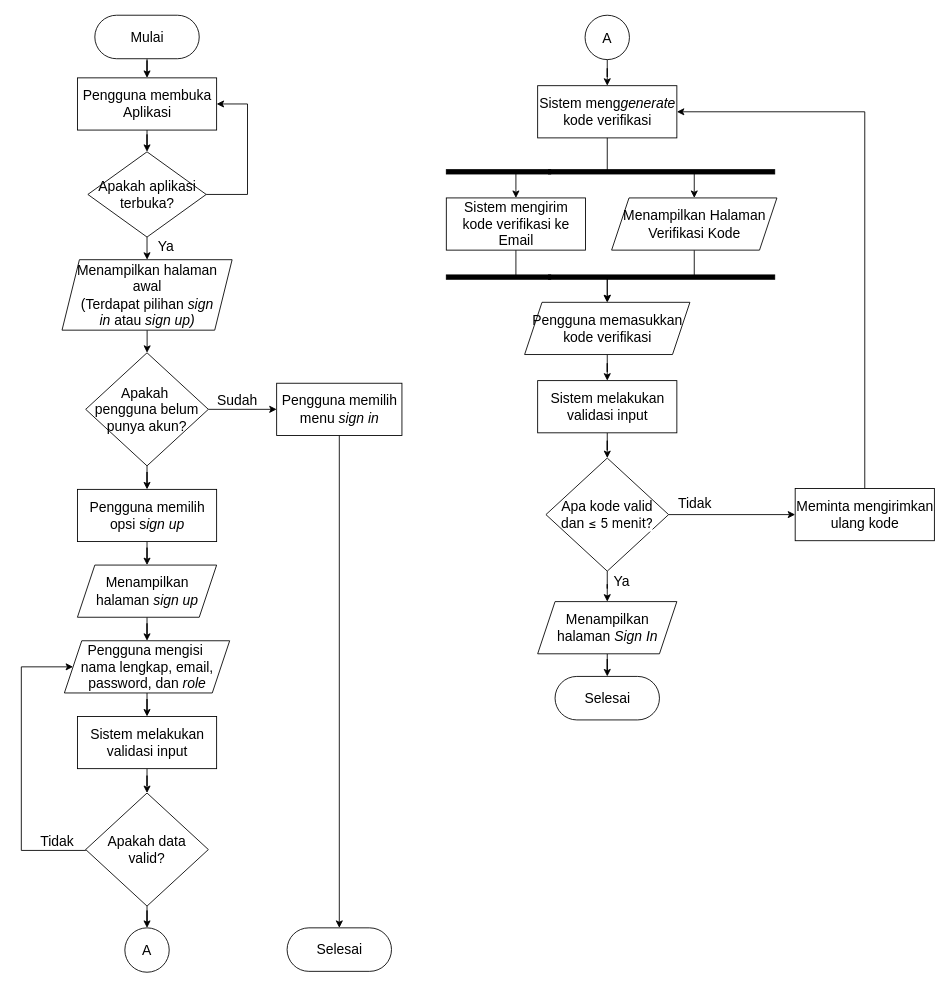
The draw.io diagram page "Salinan Salinan Diagram Aktivitas Admin 1" (7 of 42) of Diagram Aktivitas Admin.drawio.xml in murtianggraeni/TugasAkhir_Flowchart, before the edit. Source tidied: cells renumbered, new cells numbered last; positions are measured from the earlier drawing's top-left corner, leaving out a move shared by most shapes. Both pictures are drawn from the tidied source at 87%, with x=0, y=0 at pixel (21, 15).
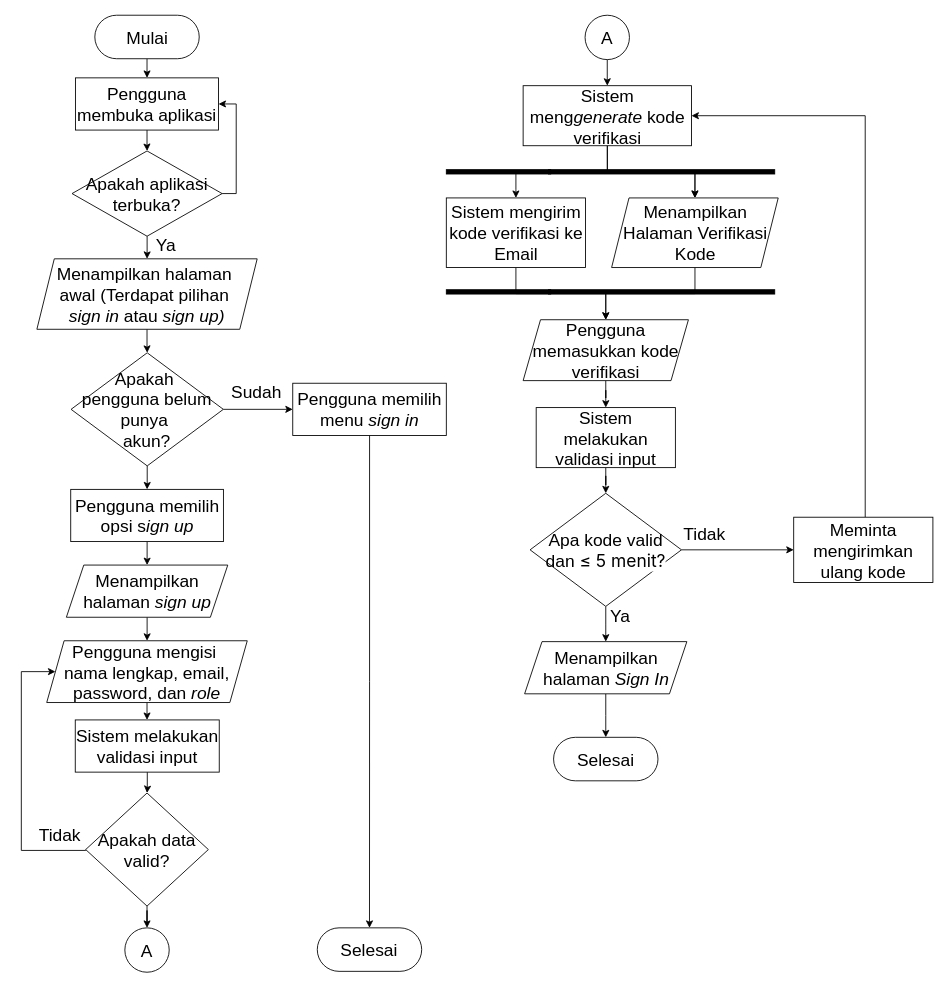
The same page after the edit.

The change refers to these unchanged cells:
```xml
<mxCell id="4" style="edgeStyle=orthogonalEdgeStyle;rounded=0;jettySize=auto;html=1;" parent="1" edge="1" source="7" target="3">
  <mxGeometry relative="1" as="geometry" />
</mxCell>
<mxCell id="10" style="edgeStyle=orthogonalEdgeStyle;rounded=0;jettySize=auto;html=1;" parent="1" edge="1" source="13" target="15">
  <mxGeometry relative="1" as="geometry" />
</mxCell>
<mxCell id="39" style="edgeStyle=orthogonalEdgeStyle;rounded=0;jettySize=auto;html=1;entryX=0;entryY=0.5;entryDx=0;entryDy=0;" parent="1" edge="1" source="43" target="47">
  <mxGeometry relative="1" as="geometry" />
</mxCell>
<mxCell id="41" style="edgeStyle=orthogonalEdgeStyle;rounded=0;jettySize=auto;html=1;" parent="1" edge="1" source="43" target="49">
  <mxGeometry relative="1" as="geometry" />
</mxCell>
```

The edit, as a diff of the source:
```diff
@@
-    <mxCell id="3" value="&lt;span style=&quot;font-size: 16px;&quot;&gt;Menampilkan halaman awal&lt;br&gt;&lt;/span&gt;&lt;span style=&quot;font-size: 16px;&quot;&gt;(Terdapat pilihan&amp;nbsp;&lt;/span&gt;&lt;i style=&quot;font-size: 16px;&quot;&gt;sign in&lt;/i&gt;&lt;span style=&quot;font-size: 16px;&quot;&gt;&amp;nbsp;atau&amp;nbsp;&lt;/span&gt;&lt;i style=&quot;font-size: 16px;&quot;&gt;sign up)&lt;/i&gt;&lt;span style=&quot;font-size: 16px;&quot;&gt;&lt;/span&gt;" style="shape=parallelogram;perimeter=parallelogramPerimeter;whiteSpace=wrap;html=1;fixedSize=1;" parent="1" vertex="1">
-      <mxGeometry x="46.8" y="281" width="195.5" height="81" as="geometry" />
+    <mxCell id="3" value="&lt;font style=&quot;font-size: 20px;&quot;&gt;Menampilkan halaman&amp;nbsp;&lt;/font&gt;&lt;div&gt;&lt;font style=&quot;font-size: 20px;&quot;&gt;awal (Terdapat pilihan&amp;nbsp;&lt;/font&gt;&lt;/div&gt;&lt;div&gt;&lt;font style=&quot;font-size: 20px;&quot;&gt;&lt;i style=&quot;&quot;&gt;sign in&lt;/i&gt;&amp;nbsp;atau&amp;nbsp;&lt;i style=&quot;&quot;&gt;sign up)&lt;/i&gt;&lt;/font&gt;&lt;span style=&quot;font-size: 16px;&quot;&gt;&lt;/span&gt;&lt;/div&gt;" style="shape=parallelogram;perimeter=parallelogramPerimeter;whiteSpace=wrap;html=1;fixedSize=1;" parent="1" vertex="1">
+      <mxGeometry x="17.9" y="280" width="253.2" height="81" as="geometry" />
     </mxCell>
@@
-    <mxCell id="5" value="&lt;font style=&quot;font-size: 16px;&quot;&gt;Ya&lt;/font&gt;" style="edgeLabel;html=1;align=center;verticalAlign=middle;" parent="4" vertex="1">
+    <mxCell id="5" value="&lt;font style=&quot;font-size: 20px;&quot;&gt;Ya&lt;/font&gt;" style="edgeLabel;html=1;align=center;verticalAlign=middle;" parent="4" vertex="1">
       <mxGeometry x="0.28" y="-2" relative="1" as="geometry">
         <mxPoint x="23" y="-8" as="offset" />
       </mxGeometry>
     </mxCell>
     <mxCell id="6" style="edgeStyle=orthogonalEdgeStyle;rounded=0;jettySize=auto;html=1;entryX=1;entryY=0.5;entryDx=0;entryDy=0;" parent="1" edge="1" source="7" target="9">
       <mxGeometry relative="1" as="geometry">
         <Array as="points">
-          <mxPoint x="260" y="206" />
-          <mxPoint x="260" y="102" />
+          <mxPoint x="247" y="205" />
+          <mxPoint x="247" y="102" />
         </Array>
       </mxGeometry>
     </mxCell>
-    <mxCell id="7" value="&lt;span style=&quot;font-size: 16px;&quot;&gt;Apakah aplikasi terbuka?&lt;/span&gt;" style="rhombus;whiteSpace=wrap;html=1;" parent="1" vertex="1">
-      <mxGeometry x="76.5" y="157" width="136" height="98" as="geometry" />
+    <mxCell id="7" value="&lt;font style=&quot;font-size: 20px;&quot;&gt;Apakah aplikasi terbuka?&lt;/font&gt;" style="rhombus;whiteSpace=wrap;html=1;" parent="1" vertex="1">
+      <mxGeometry x="58.3" y="156" width="172.5" height="98" as="geometry" />
     </mxCell>
@@
-    <mxCell id="9" value="&lt;div style=&quot;&quot;&gt;&lt;span style=&quot;font-size: 16px; background-color: initial;&quot;&gt;Pengguna membuka Aplikasi&lt;/span&gt;&lt;/div&gt;" style="rounded=0;whiteSpace=wrap;html=1;align=center;" parent="1" vertex="1">
-      <mxGeometry x="64.5" y="72" width="160" height="60" as="geometry" />
+    <mxCell id="9" value="&lt;div style=&quot;&quot;&gt;&lt;span style=&quot;background-color: initial;&quot;&gt;&lt;font style=&quot;font-size: 20px;&quot;&gt;Pengguna membuka aplikasi&lt;/font&gt;&lt;/span&gt;&lt;/div&gt;" style="rounded=0;whiteSpace=wrap;html=1;align=center;" parent="1" vertex="1">
+      <mxGeometry x="62.2" y="72" width="164.5" height="60" as="geometry" />
     </mxCell>
@@
-    <mxCell id="11" value="&lt;font style=&quot;font-size: 16px;&quot;&gt;Sudah&lt;/font&gt;" style="edgeLabel;html=1;align=center;verticalAlign=middle;" parent="10" vertex="1">
+    <mxCell id="11" value="&lt;font style=&quot;font-size: 20px;&quot;&gt;Sudah&lt;/font&gt;" style="edgeLabel;html=1;align=center;verticalAlign=middle;" parent="10" vertex="1">
       <mxGeometry x="-0.56" relative="1" as="geometry">
-        <mxPoint x="15" y="-12" as="offset" />
+        <mxPoint x="19" y="-21" as="offset" />
       </mxGeometry>
     </mxCell>
@@
-    <mxCell id="13" value="&lt;span style=&quot;font-size: 16px;&quot;&gt;Apakah&amp;nbsp;&lt;/span&gt;&lt;div&gt;&lt;span style=&quot;font-size: 16px;&quot;&gt;pengguna belum punya akun?&lt;/span&gt;&lt;/div&gt;" style="rhombus;whiteSpace=wrap;html=1;" parent="1" vertex="1">
-      <mxGeometry x="74" y="388" width="141" height="130" as="geometry" />
+    <mxCell id="13" value="&lt;font style=&quot;font-size: 20px;&quot;&gt;Apakah&amp;nbsp;&lt;/font&gt;&lt;div&gt;&lt;font style=&quot;font-size: 20px;&quot;&gt;pengguna belum punya&amp;nbsp;&lt;/font&gt;&lt;/div&gt;&lt;div&gt;&lt;font style=&quot;font-size: 20px;&quot;&gt;akun?&lt;/font&gt;&lt;/div&gt;" style="rhombus;whiteSpace=wrap;html=1;" parent="1" vertex="1">
+      <mxGeometry x="57.2" y="388" width="175" height="130" as="geometry" />
     </mxCell>
@@
-    <mxCell id="15" value="&lt;font style=&quot;font-size: 16px;&quot;&gt;Pengguna memilih menu&amp;nbsp;&lt;i style=&quot;&quot;&gt;sign in&lt;/i&gt;&lt;/font&gt;" style="whiteSpace=wrap;html=1;" parent="1" vertex="1">
-      <mxGeometry x="293.5" y="423" width="144" height="60" as="geometry" />
+    <mxCell id="15" value="&lt;font style=&quot;font-size: 20px;&quot;&gt;Pengguna memilih menu&amp;nbsp;&lt;i style=&quot;&quot;&gt;sign in&lt;/i&gt;&lt;/font&gt;" style="whiteSpace=wrap;html=1;" parent="1" vertex="1">
+      <mxGeometry x="312" y="423" width="176.5" height="60" as="geometry" />
     </mxCell>
@@
-    <mxCell id="17" value="&lt;span style=&quot;font-size: 16px;&quot;&gt;Menampilkan halaman&amp;nbsp;&lt;/span&gt;&lt;i style=&quot;font-size: 16px;&quot;&gt;sign up&lt;/i&gt;" style="shape=parallelogram;perimeter=parallelogramPerimeter;whiteSpace=wrap;html=1;fixedSize=1;" parent="1" vertex="1">
-      <mxGeometry x="64.5" y="632" width="160" height="60" as="geometry" />
+    <mxCell id="17" value="&lt;font style=&quot;font-size: 20px;&quot;&gt;Menampilkan halaman&amp;nbsp;&lt;i style=&quot;&quot;&gt;sign up&lt;/i&gt;&lt;/font&gt;" style="shape=parallelogram;perimeter=parallelogramPerimeter;whiteSpace=wrap;html=1;fixedSize=1;" parent="1" vertex="1">
+      <mxGeometry x="51.8" y="632" width="185.5" height="60" as="geometry" />
     </mxCell>
@@
-    <mxCell id="19" value="&lt;span style=&quot;font-size: 16px;&quot;&gt;Pengguna mengisi&amp;nbsp;&lt;/span&gt;&lt;div&gt;&lt;span style=&quot;font-size: 16px;&quot;&gt;nama lengkap, email, password, dan&amp;nbsp;&lt;/span&gt;&lt;i style=&quot;font-size: 16px;&quot;&gt;role&lt;/i&gt;&lt;/div&gt;" style="shape=parallelogram;perimeter=parallelogramPerimeter;whiteSpace=wrap;html=1;fixedSize=1;" parent="1" vertex="1">
-      <mxGeometry x="49.5" y="719" width="190" height="60" as="geometry" />
+    <mxCell id="19" value="&lt;font style=&quot;font-size: 20px;&quot;&gt;Pengguna mengisi&amp;nbsp;&lt;/font&gt;&lt;div&gt;&lt;font style=&quot;font-size: 20px;&quot;&gt;nama lengkap, email, password, dan&amp;nbsp;&lt;i style=&quot;&quot;&gt;role&lt;/i&gt;&lt;/font&gt;&lt;/div&gt;" style="shape=parallelogram;perimeter=parallelogramPerimeter;whiteSpace=wrap;html=1;fixedSize=1;" parent="1" vertex="1">
+      <mxGeometry x="29.2" y="719" width="230.5" height="71" as="geometry" />
     </mxCell>
@@
-    <mxCell id="21" value="&lt;div style=&quot;&quot;&gt;&lt;span style=&quot;font-size: 16px;&quot;&gt;Sistem melakukan validasi input&lt;/span&gt;&lt;/div&gt;" style="rounded=0;whiteSpace=wrap;html=1;align=center;" parent="1" vertex="1">
-      <mxGeometry x="64.5" y="806" width="160" height="60" as="geometry" />
+    <mxCell id="21" value="&lt;div style=&quot;&quot;&gt;&lt;font style=&quot;font-size: 20px;&quot;&gt;Sistem melakukan validasi input&lt;/font&gt;&lt;/div&gt;" style="rounded=0;whiteSpace=wrap;html=1;align=center;" parent="1" vertex="1">
+      <mxGeometry x="62" y="810" width="165.5" height="60" as="geometry" />
     </mxCell>
     <mxCell id="22" style="edgeStyle=orthogonalEdgeStyle;rounded=0;jettySize=auto;html=1;entryX=0;entryY=0.5;entryDx=0;entryDy=0;exitX=0;exitY=0.5;exitDx=0;exitDy=0;" parent="1" edge="1" source="25" target="19">
       <mxGeometry relative="1" as="geometry">
         <Array as="points">
-          <mxPoint x="74" y="960" />
           <mxPoint y="960" />
-          <mxPoint y="749" />
+          <mxPoint y="755" />
+          <mxPoint x="39" y="755" />
         </Array>
       </mxGeometry>
     </mxCell>
-    <mxCell id="23" value="&lt;font style=&quot;font-size: 16px;&quot;&gt;Tidak&lt;/font&gt;" style="edgeLabel;html=1;align=center;verticalAlign=middle;" parent="22" vertex="1">
+    <mxCell id="23" value="&lt;font style=&quot;font-size: 20px;&quot;&gt;Tidak&lt;/font&gt;" style="edgeLabel;html=1;align=center;verticalAlign=middle;" parent="22" vertex="1">
       <mxGeometry x="-0.8" relative="1" as="geometry">
-        <mxPoint y="-12" as="offset" />
+        <mxPoint y="-19" as="offset" />
       </mxGeometry>
     </mxCell>
@@
-    <mxCell id="25" value="&lt;span style=&quot;font-size: 16px;&quot;&gt;Apakah data&lt;/span&gt;&lt;div&gt;&lt;span style=&quot;font-size: 16px;&quot;&gt;valid?&lt;/span&gt;&lt;/div&gt;" style="rhombus;whiteSpace=wrap;html=1;" parent="1" vertex="1">
+    <mxCell id="25" value="&lt;font style=&quot;font-size: 20px;&quot;&gt;Apakah data&lt;/font&gt;&lt;div&gt;&lt;font style=&quot;font-size: 20px;&quot;&gt;valid?&lt;/font&gt;&lt;/div&gt;" style="rhombus;whiteSpace=wrap;html=1;" parent="1" vertex="1">
       <mxGeometry x="74" y="894" width="141" height="130" as="geometry" />
     </mxCell>
+    <mxCell id="59" style="edgeStyle=orthogonalEdgeStyle;rounded=0;jettySize=auto;html=1;" parent="1" edge="1" source="26" target="34">
+      <mxGeometry relative="1" as="geometry" />
+    </mxCell>
-    <mxCell id="26" value="&lt;div style=&quot;&quot;&gt;&lt;span style=&quot;font-size: 16px;&quot;&gt;Sistem meng&lt;i&gt;generate&lt;/i&gt; kode verifikasi&lt;/span&gt;&lt;/div&gt;" style="rounded=0;whiteSpace=wrap;html=1;align=center;" parent="1" vertex="1">
-      <mxGeometry x="593.5" y="81" width="160" height="60" as="geometry" />
+    <mxCell id="26" value="&lt;div style=&quot;&quot;&gt;&lt;font style=&quot;font-size: 20px;&quot;&gt;Sistem meng&lt;i style=&quot;&quot;&gt;generate&lt;/i&gt; kode verifikasi&lt;/font&gt;&lt;/div&gt;" style="rounded=0;whiteSpace=wrap;html=1;align=center;" parent="1" vertex="1">
+      <mxGeometry x="576.8" y="81" width="193.5" height="69" as="geometry" />
     </mxCell>
@@
     <mxCell id="28" style="edgeStyle=orthogonalEdgeStyle;rounded=0;jettySize=auto;html=1;entryX=0.5;entryY=0;entryDx=0;entryDy=0;" parent="1" edge="1" source="29" target="38">
-      <mxGeometry relative="1" as="geometry">
-        <Array as="points">
-          <mxPoint x="568.5" y="300" />
-          <mxPoint x="673.5" y="300" />
-        </Array>
-      </mxGeometry>
+      <mxGeometry relative="1" as="geometry" />
     </mxCell>
-    <mxCell id="29" value="&lt;div style=&quot;&quot;&gt;&lt;span style=&quot;font-size: 16px;&quot;&gt;Sistem m&lt;/span&gt;&lt;span style=&quot;font-size: 16px; background-color: initial;&quot;&gt;engirim kode verifikasi ke Email&lt;/span&gt;&lt;/div&gt;" style="rounded=0;whiteSpace=wrap;html=1;align=center;" parent="1" vertex="1">
-      <mxGeometry x="488.5" y="210" width="160" height="60" as="geometry" />
+    <mxCell id="29" value="&lt;div style=&quot;&quot;&gt;&lt;font style=&quot;font-size: 20px;&quot;&gt;Sistem m&lt;span style=&quot;background-color: initial;&quot;&gt;engirim kode verifikasi ke Email&lt;/span&gt;&lt;/font&gt;&lt;/div&gt;" style="rounded=0;whiteSpace=wrap;html=1;align=center;" parent="1" vertex="1">
+      <mxGeometry x="488.5" y="210" width="160" height="80" as="geometry" />
     </mxCell>
@@
     <mxCell id="33" style="edgeStyle=orthogonalEdgeStyle;rounded=0;jettySize=auto;html=1;entryX=0.5;entryY=0;entryDx=0;entryDy=0;" parent="1" edge="1" source="34" target="38">
-      <mxGeometry relative="1" as="geometry">
-        <Array as="points">
-          <mxPoint x="773.5" y="300" />
-          <mxPoint x="673.5" y="300" />
-        </Array>
-      </mxGeometry>
+      <mxGeometry relative="1" as="geometry" />
     </mxCell>
-    <mxCell id="34" value="&lt;span style=&quot;font-size: 16px;&quot;&gt;Menampilkan Halaman Verifikasi Kode&lt;/span&gt;" style="shape=parallelogram;perimeter=parallelogramPerimeter;whiteSpace=wrap;html=1;fixedSize=1;" parent="1" vertex="1">
-      <mxGeometry x="678.5" y="210" width="190" height="60" as="geometry" />
+    <mxCell id="34" value="&lt;font style=&quot;font-size: 20px;&quot;&gt;Menampilkan Halaman Verifikasi Kode&lt;/font&gt;" style="shape=parallelogram;perimeter=parallelogramPerimeter;whiteSpace=wrap;html=1;fixedSize=1;" parent="1" vertex="1">
+      <mxGeometry x="678.5" y="210" width="191.5" height="80" as="geometry" />
     </mxCell>
     <mxCell id="35" style="html=1;perimeter=orthogonalPerimeter;fillColor=strokeColor;rotation=-90;" parent="1" vertex="1">
-      <mxGeometry x="546" y="241" width="5" height="120" as="geometry" />
+      <mxGeometry x="546" y="258" width="5" height="120" as="geometry" />
     </mxCell>
     <mxCell id="36" style="html=1;perimeter=orthogonalPerimeter;fillColor=strokeColor;rotation=-90;" parent="1" vertex="1">
-      <mxGeometry x="733.5" y="171" width="5" height="260" as="geometry" />
+      <mxGeometry x="733.5" y="188" width="5" height="260" as="geometry" />
     </mxCell>
@@
-    <mxCell id="38" value="&lt;span style=&quot;font-size: 16px;&quot;&gt;Pengguna m&lt;/span&gt;&lt;span style=&quot;font-size: 16px;&quot;&gt;emasukkan kode verifikasi&lt;/span&gt;" style="shape=parallelogram;perimeter=parallelogramPerimeter;whiteSpace=wrap;html=1;fixedSize=1;" parent="1" vertex="1">
-      <mxGeometry x="578.5" y="330" width="190" height="60" as="geometry" />
+    <mxCell id="38" value="&lt;font style=&quot;font-size: 20px;&quot;&gt;Pengguna memasukkan kode verifikasi&lt;/font&gt;" style="shape=parallelogram;perimeter=parallelogramPerimeter;whiteSpace=wrap;html=1;fixedSize=1;" parent="1" vertex="1">
+      <mxGeometry x="576.8" y="350" width="190" height="70" as="geometry" />
     </mxCell>
@@
-    <mxCell id="40" value="&lt;font style=&quot;font-size: 16px;&quot;&gt;Tidak&lt;/font&gt;" style="edgeLabel;html=1;align=center;verticalAlign=middle;" parent="39" vertex="1">
+    <mxCell id="40" value="&lt;font style=&quot;font-size: 20px;&quot;&gt;Tidak&lt;/font&gt;" style="edgeLabel;html=1;align=center;verticalAlign=middle;" parent="39" vertex="1">
       <mxGeometry x="-0.72" y="1" relative="1" as="geometry">
-        <mxPoint x="9" y="-13" as="offset" />
+        <mxPoint x="8" y="-18" as="offset" />
       </mxGeometry>
     </mxCell>
@@
-    <mxCell id="42" value="&lt;font style=&quot;font-size: 16px;&quot;&gt;Ya&lt;/font&gt;" style="edgeLabel;html=1;align=center;verticalAlign=middle;" parent="41" vertex="1">
+    <mxCell id="42" value="&lt;font style=&quot;font-size: 20px;&quot;&gt;Ya&lt;/font&gt;" style="edgeLabel;html=1;align=center;verticalAlign=middle;" parent="41" vertex="1">
       <mxGeometry x="-0.38" y="2" relative="1" as="geometry">
         <mxPoint x="14" y="-3" as="offset" />
       </mxGeometry>
     </mxCell>
-    <mxCell id="43" value="&lt;span style=&quot;font-size: 16px;&quot;&gt;Apa kode valid dan&amp;nbsp;&lt;/span&gt;&lt;span style=&quot;font-family: Inter, arial, helvetica, sans-serif; font-size: 15px; text-align: start; background-color: rgb(255, 255, 255);&quot;&gt;≤ 5 menit?&lt;/span&gt;" style="rhombus;whiteSpace=wrap;html=1;" parent="1" vertex="1">
-      <mxGeometry x="603" y="509" width="141" height="130" as="geometry" />
+    <mxCell id="43" value="&lt;font style=&quot;font-size: 20px;&quot;&gt;Apa kode valid dan&amp;nbsp;&lt;span style=&quot;font-family: Inter, arial, helvetica, sans-serif; text-align: start; background-color: rgb(255, 255, 255);&quot;&gt;≤ 5 menit?&lt;/span&gt;&lt;/font&gt;" style="rhombus;whiteSpace=wrap;html=1;" parent="1" vertex="1">
+      <mxGeometry x="584.8" y="549.5" width="174" height="130" as="geometry" />
     </mxCell>
@@
-    <mxCell id="45" value="&lt;div style=&quot;&quot;&gt;&lt;span style=&quot;font-size: 16px;&quot;&gt;Sistem melakukan validasi input&lt;/span&gt;&lt;/div&gt;" style="rounded=0;whiteSpace=wrap;html=1;align=center;" parent="1" vertex="1">
-      <mxGeometry x="593.5" y="420" width="160" height="60" as="geometry" />
+    <mxCell id="45" value="&lt;div style=&quot;&quot;&gt;&lt;font style=&quot;font-size: 20px;&quot;&gt;Sistem melakukan validasi input&lt;/font&gt;&lt;/div&gt;" style="rounded=0;whiteSpace=wrap;html=1;align=center;" parent="1" vertex="1">
+      <mxGeometry x="591.8" y="451" width="160" height="69" as="geometry" />
     </mxCell>
     <mxCell id="46" style="edgeStyle=orthogonalEdgeStyle;rounded=0;jettySize=auto;html=1;entryX=1;entryY=0.5;entryDx=0;entryDy=0;" parent="1" edge="1" source="47" target="26">
       <mxGeometry relative="1" as="geometry">
         <Array as="points">
-          <mxPoint x="970" y="111" />
+          <mxPoint x="970" y="116" />
+          <mxPoint x="770" y="116" />
         </Array>
       </mxGeometry>
     </mxCell>
-    <mxCell id="47" value="&lt;div style=&quot;&quot;&gt;&lt;span style=&quot;font-size: 16px;&quot;&gt;Meminta mengirimkan ulang kode&lt;/span&gt;&lt;/div&gt;" style="rounded=0;whiteSpace=wrap;html=1;align=center;" parent="1" vertex="1">
-      <mxGeometry x="889.5" y="544" width="160" height="60" as="geometry" />
+    <mxCell id="47" value="&lt;div style=&quot;&quot;&gt;&lt;font style=&quot;font-size: 20px;&quot;&gt;Meminta mengirimkan ulang kode&lt;/font&gt;&lt;/div&gt;" style="rounded=0;whiteSpace=wrap;html=1;align=center;" parent="1" vertex="1">
+      <mxGeometry x="887.8" y="577" width="160" height="75" as="geometry" />
     </mxCell>
@@
-    <mxCell id="49" value="&lt;span style=&quot;font-size: 16px;&quot;&gt;Menampilkan halaman&amp;nbsp;&lt;/span&gt;&lt;i style=&quot;font-size: 16px;&quot;&gt;Sign In&lt;/i&gt;" style="shape=parallelogram;perimeter=parallelogramPerimeter;whiteSpace=wrap;html=1;fixedSize=1;" parent="1" vertex="1">
-      <mxGeometry x="593.5" y="674" width="160" height="60" as="geometry" />
+    <mxCell id="49" value="&lt;font style=&quot;font-size: 20px;&quot;&gt;Menampilkan halaman&amp;nbsp;&lt;i style=&quot;&quot;&gt;Sign In&lt;/i&gt;&lt;/font&gt;" style="shape=parallelogram;perimeter=parallelogramPerimeter;whiteSpace=wrap;html=1;fixedSize=1;" parent="1" vertex="1">
+      <mxGeometry x="578.5" y="720" width="186.5" height="60" as="geometry" />
     </mxCell>
@@
-    <mxCell id="51" value="&lt;div style=&quot;&quot;&gt;&lt;span style=&quot;font-size: 16px;&quot;&gt;Pengguna memilih opsi s&lt;/span&gt;&lt;i style=&quot;font-size: 16px;&quot;&gt;ign up&lt;/i&gt;&lt;/div&gt;" style="rounded=0;whiteSpace=wrap;html=1;align=center;" parent="1" vertex="1">
-      <mxGeometry x="64.5" y="545" width="160" height="60" as="geometry" />
+    <mxCell id="51" value="&lt;div style=&quot;&quot;&gt;&lt;font style=&quot;font-size: 20px;&quot;&gt;Pengguna memilih opsi s&lt;i style=&quot;&quot;&gt;ign up&lt;/i&gt;&lt;/font&gt;&lt;/div&gt;" style="rounded=0;whiteSpace=wrap;html=1;align=center;" parent="1" vertex="1">
+      <mxGeometry x="56.8" y="545" width="175.5" height="60" as="geometry" />
     </mxCell>
-    <mxCell id="52" value="&lt;span style=&quot;font-size: 16px;&quot;&gt;A&lt;/span&gt;" style="ellipse;whiteSpace=wrap;html=1;" parent="1" vertex="1">
+    <mxCell id="52" value="&lt;font style=&quot;font-size: 20px;&quot;&gt;A&lt;/font&gt;" style="ellipse;whiteSpace=wrap;html=1;" parent="1" vertex="1">
       <mxGeometry x="119" y="1049" width="51" height="51" as="geometry" />
     </mxCell>
@@
-    <mxCell id="54" value="&lt;span style=&quot;font-size: 16px;&quot;&gt;Mulai&lt;/span&gt;" style="rounded=1;whiteSpace=wrap;html=1;arcSize=50;" parent="1" vertex="1">
+    <mxCell id="54" value="&lt;font style=&quot;font-size: 20px;&quot;&gt;Mulai&lt;/font&gt;" style="rounded=1;whiteSpace=wrap;html=1;arcSize=50;" parent="1" vertex="1">
       <mxGeometry x="84.5" width="120" height="50" as="geometry" />
     </mxCell>
-    <mxCell id="55" value="&lt;span style=&quot;font-size: 16px;&quot;&gt;Selesai&lt;/span&gt;" style="rounded=1;whiteSpace=wrap;html=1;arcSize=50;" parent="1" vertex="1">
-      <mxGeometry x="305.5" y="1049" width="120" height="50" as="geometry" />
+    <mxCell id="55" value="&lt;font style=&quot;font-size: 20px;&quot;&gt;Selesai&lt;/font&gt;" style="rounded=1;whiteSpace=wrap;html=1;arcSize=50;" parent="1" vertex="1">
+      <mxGeometry x="340.2" y="1049" width="120" height="50" as="geometry" />
     </mxCell>
@@
-    <mxCell id="57" value="&lt;span style=&quot;font-size: 16px;&quot;&gt;A&lt;/span&gt;" style="ellipse;whiteSpace=wrap;html=1;" parent="1" vertex="1">
+    <mxCell id="57" value="&lt;font style=&quot;font-size: 20px;&quot;&gt;A&lt;/font&gt;" style="ellipse;whiteSpace=wrap;html=1;" parent="1" vertex="1">
       <mxGeometry x="648" width="51" height="51" as="geometry" />
     </mxCell>
-    <mxCell id="58" value="&lt;span style=&quot;font-size: 16px;&quot;&gt;Selesai&lt;/span&gt;" style="rounded=1;whiteSpace=wrap;html=1;arcSize=50;" parent="1" vertex="1">
-      <mxGeometry x="613.5" y="760" width="120" height="50" as="geometry" />
+    <mxCell id="58" value="&lt;font style=&quot;font-size: 20px;&quot;&gt;Selesai&lt;/font&gt;" style="rounded=1;whiteSpace=wrap;html=1;arcSize=50;" parent="1" vertex="1">
+      <mxGeometry x="611.8" y="830" width="120" height="50" as="geometry" />
     </mxCell>
```
